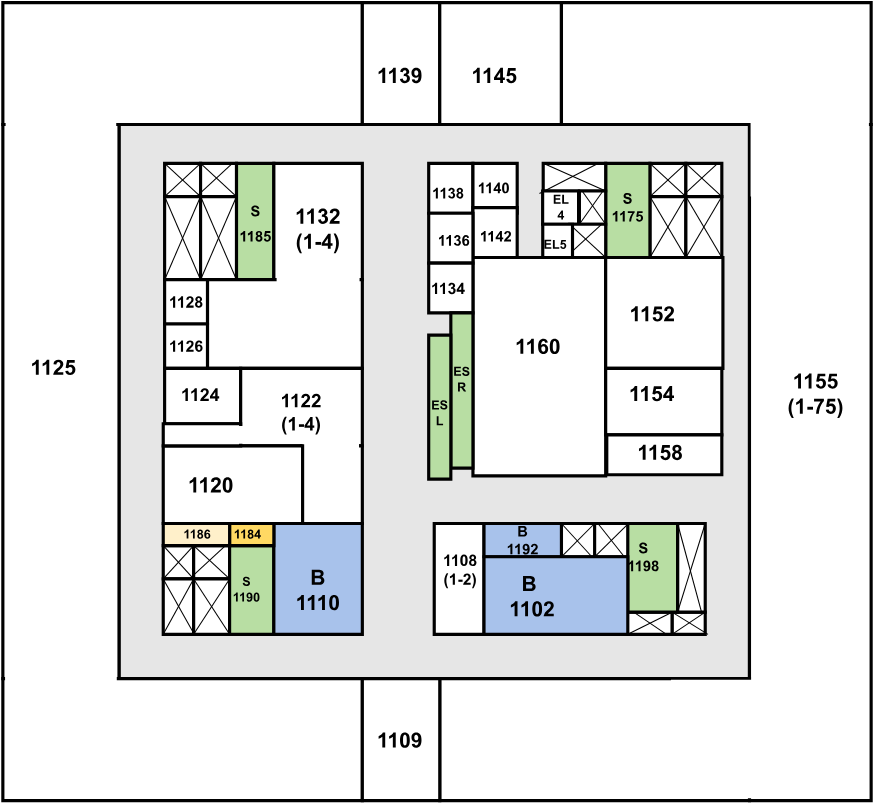
Before: public/svgs/Floor_Plan_11.svg, a diagram exported from draw.io (gasser707/357-project). Source tidied: cells renumbered, new cells last; positions are measured from the earlier drawing's top-left corner, leaving out a move shared by most shapes.
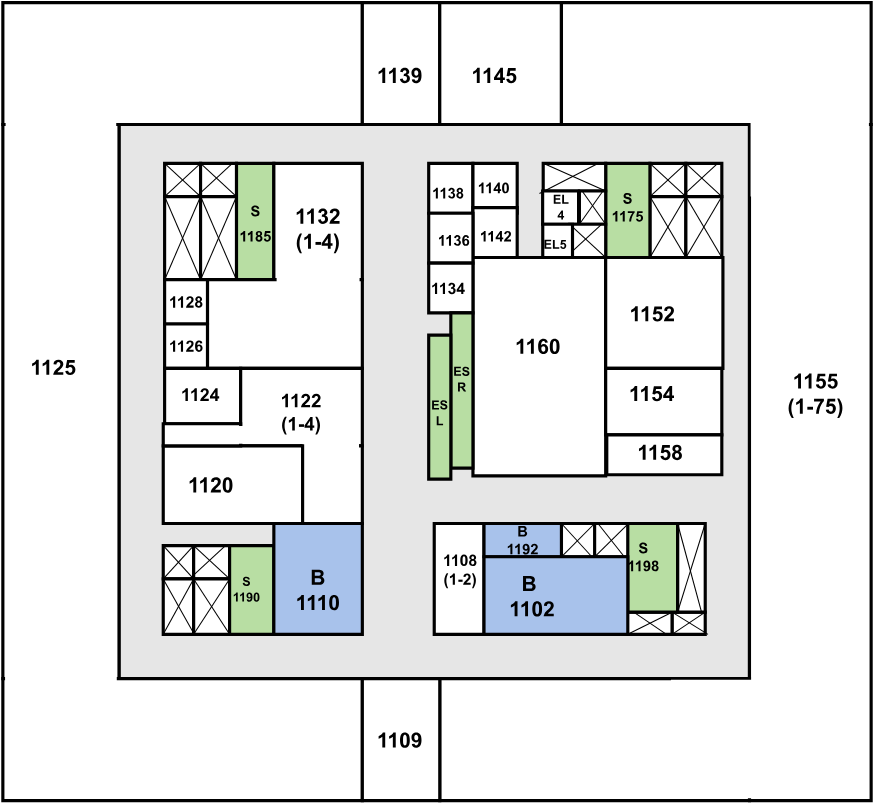
After the commit.

The edit, as a diff of the source:
```diff
@@ -325,12 +325,6 @@
     <mxCell id="87" style="rounded=0;whiteSpace=wrap;html=1;strokeWidth=3;" parent="2" vertex="1">
       <mxGeometry x="152.8" y="422.2" width="132.7" height="73.9" as="geometry" />
     </mxCell>
-    <mxCell id="88" style="rounded=0;whiteSpace=wrap;html=1;strokeWidth=3;fillColor=#FFD966;" parent="2" vertex="1">
-      <mxGeometry x="216" y="496.1" width="42.1" height="21.1" as="geometry" />
-    </mxCell>
-    <mxCell id="89" style="rounded=0;whiteSpace=wrap;html=1;strokeWidth=3;fillColor=#fff2cc;strokeColor=#000000;" parent="2" vertex="1">
-      <mxGeometry x="152.8" y="496.1" width="63.2" height="21.1" as="geometry" />
-    </mxCell>
     <mxCell id="90" style="rounded=0;whiteSpace=wrap;html=1;strokeWidth=3;" parent="2" vertex="1">
       <mxGeometry x="447.7" y="242.8" width="126.4" height="207.9" as="geometry" />
     </mxCell>
@@ -496,12 +490,6 @@
     <mxCell id="138" value="&lt;font style=&quot;font-size: 20px&quot;&gt;&lt;b&gt;1120&lt;/b&gt;&lt;/font&gt;" style="text;html=1;strokeColor=none;fillColor=none;align=center;verticalAlign=middle;whiteSpace=wrap;rounded=0;" parent="2" vertex="1">
       <mxGeometry x="167.2" y="443.3" width="63.2" height="31.7" as="geometry" />
     </mxCell>
-    <mxCell id="139" value="&lt;b&gt;1184&lt;/b&gt;" style="text;html=1;strokeColor=none;fillColor=none;align=center;verticalAlign=middle;whiteSpace=wrap;rounded=0;" parent="2" vertex="1">
-      <mxGeometry x="222.6" y="501.4" width="21.1" height="10.6" as="geometry" />
-    </mxCell>
-    <mxCell id="140" value="&lt;b&gt;1186&lt;/b&gt;" style="text;html=1;strokeColor=none;fillColor=none;align=center;verticalAlign=middle;whiteSpace=wrap;rounded=0;" parent="2" vertex="1">
-      <mxGeometry x="175.1" y="501.4" width="21.1" height="10.6" as="geometry" />
-    </mxCell>
     <mxCell id="141" value="&lt;font style=&quot;font-size: 20px&quot;&gt;&lt;b&gt;1109&lt;/b&gt;&lt;/font&gt;" style="text;html=1;strokeColor=none;fillColor=none;align=center;verticalAlign=middle;whiteSpace=wrap;rounded=0;" parent="2" vertex="1">
       <mxGeometry x="346.6" y="686.1" width="63.2" height="31.7" as="geometry" />
     </mxCell>
```
